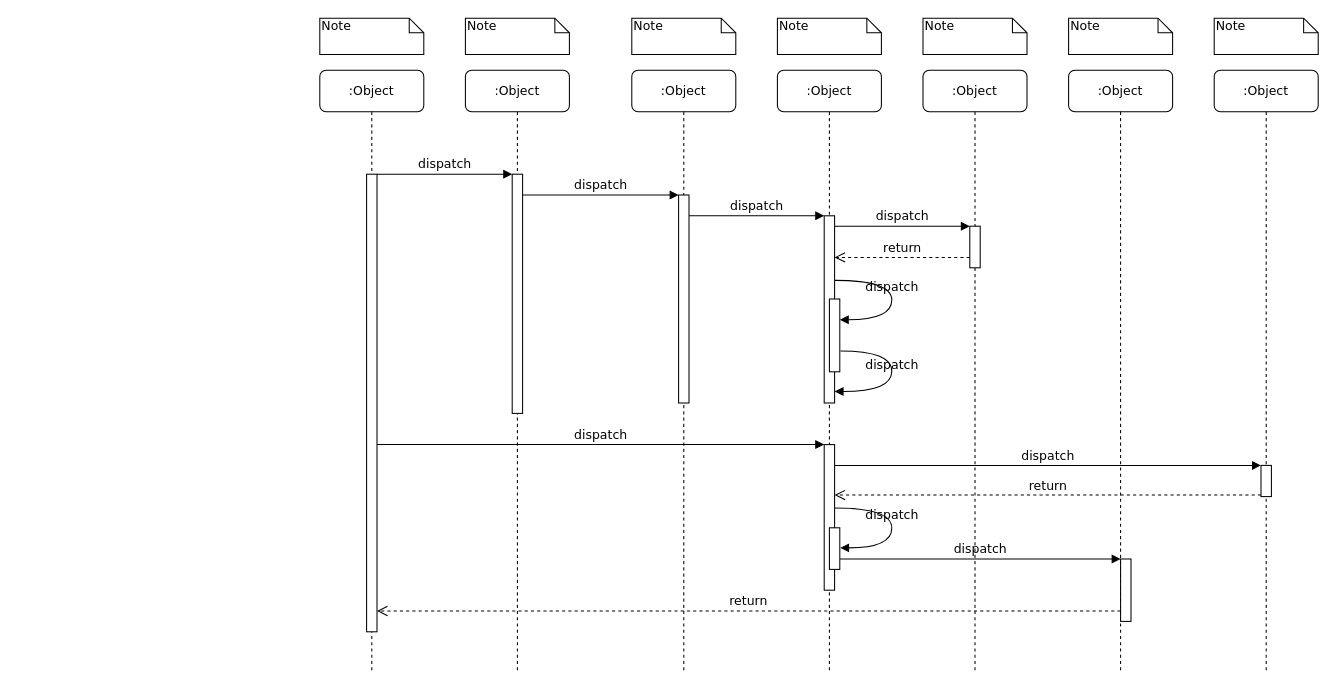
Before: 消息通知服务架构图.drawio in Rain-ziyu/img, a draw.io diagram. Source tidied: cells renumbered, new cells numbered last; positions are measured from the earlier drawing's top-left corner, leaving out a move shared by most shapes. Both pictures are drawn from the tidied source at 104%, with x=0, y=0 at pixel (319, 18).
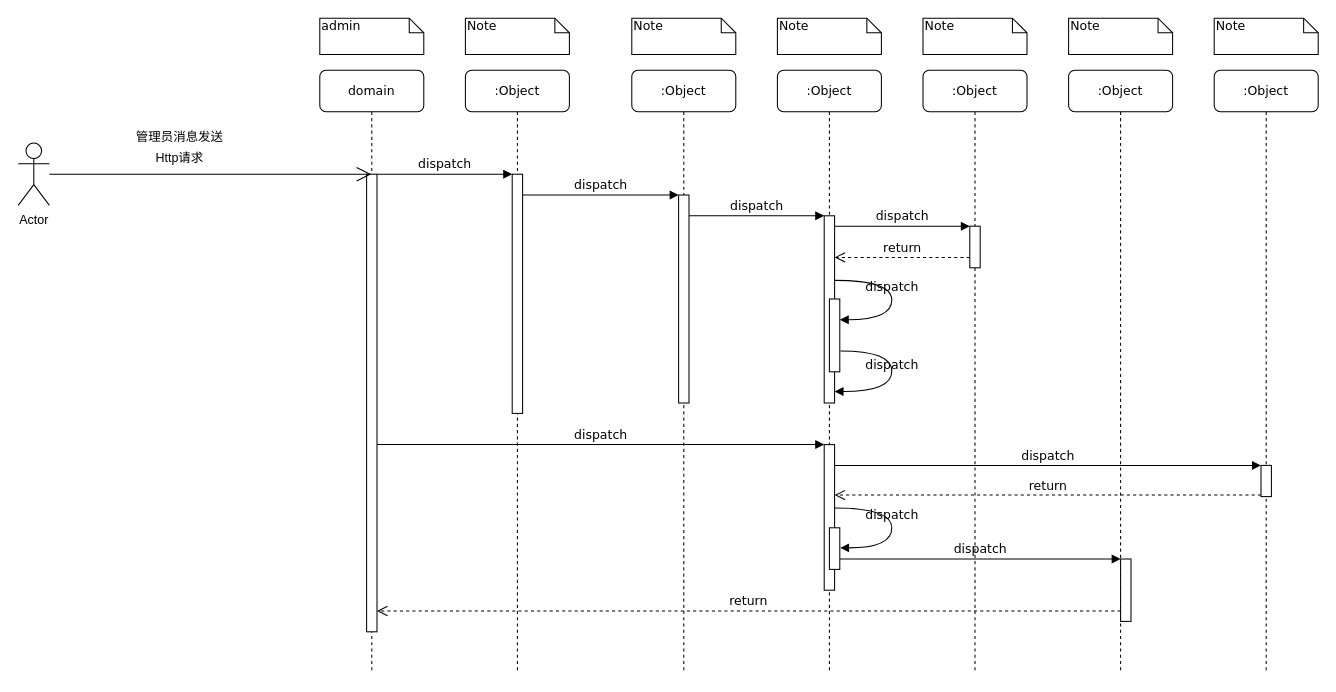
After the change.

Commit message:
更新消息通知服务架构图.drawio

Change to the diagram source:
```diff
@@
-    <mxCell id="10" value=":Object" style="shape=umlLifeline;perimeter=lifelinePerimeter;whiteSpace=wrap;html=1;outlineConnect=0;rounded=1;shadow=0;comic=0;labelBackgroundColor=none;strokeWidth=1;fontFamily=Verdana;fontSize=12;align=center;" parent="1" vertex="1">
+    <mxCell id="10" value="domain" style="shape=umlLifeline;perimeter=lifelinePerimeter;whiteSpace=wrap;html=1;outlineConnect=0;rounded=1;shadow=0;comic=0;labelBackgroundColor=none;strokeWidth=1;fontFamily=Verdana;fontSize=12;align=center;" parent="1" vertex="1">
       <mxGeometry y="50" width="100" height="580" as="geometry" />
     </mxCell>
@@
-    <mxCell id="32" value="Note" style="shape=note;whiteSpace=wrap;html=1;size=14;verticalAlign=top;align=left;spacingTop=-6;rounded=0;shadow=0;comic=0;labelBackgroundColor=none;strokeWidth=1;fontFamily=Verdana;fontSize=12;" parent="1" vertex="1">
+    <mxCell id="32" value="admin" style="shape=note;whiteSpace=wrap;html=1;size=14;verticalAlign=top;align=left;spacingTop=-6;rounded=0;shadow=0;comic=0;labelBackgroundColor=none;strokeWidth=1;fontFamily=Verdana;fontSize=12;" parent="1" vertex="1">
       <mxGeometry width="100" height="35" as="geometry" />
     </mxCell>
@@
+    <mxCell id="39" value="Actor" style="shape=umlActor;verticalLabelPosition=bottom;verticalAlign=top;html=1;outlineConnect=0;" parent="1" vertex="1">
+      <mxGeometry x="-290" y="120" width="30" height="60" as="geometry" />
+    </mxCell>
+    <mxCell id="40" style="endArrow=open;endFill=1;endSize=12;html=1;rounded=0;" parent="1" edge="1" source="39" target="10">
+      <mxGeometry relative="1" as="geometry" />
+    </mxCell>
+    <mxCell id="41" value="Http请求" style="text;html=1;align=center;verticalAlign=middle;strokeColor=none;fillColor=none;" parent="1" vertex="1">
+      <mxGeometry x="-170" y="120" width="70" height="30" as="geometry" />
+    </mxCell>
+    <mxCell id="42" value="管理员消息发送" style="text;html=1;align=center;verticalAlign=middle;strokeColor=none;fillColor=none;" parent="1" vertex="1">
+      <mxGeometry x="-190" y="100" width="110" height="30" as="geometry" />
+    </mxCell>
```
